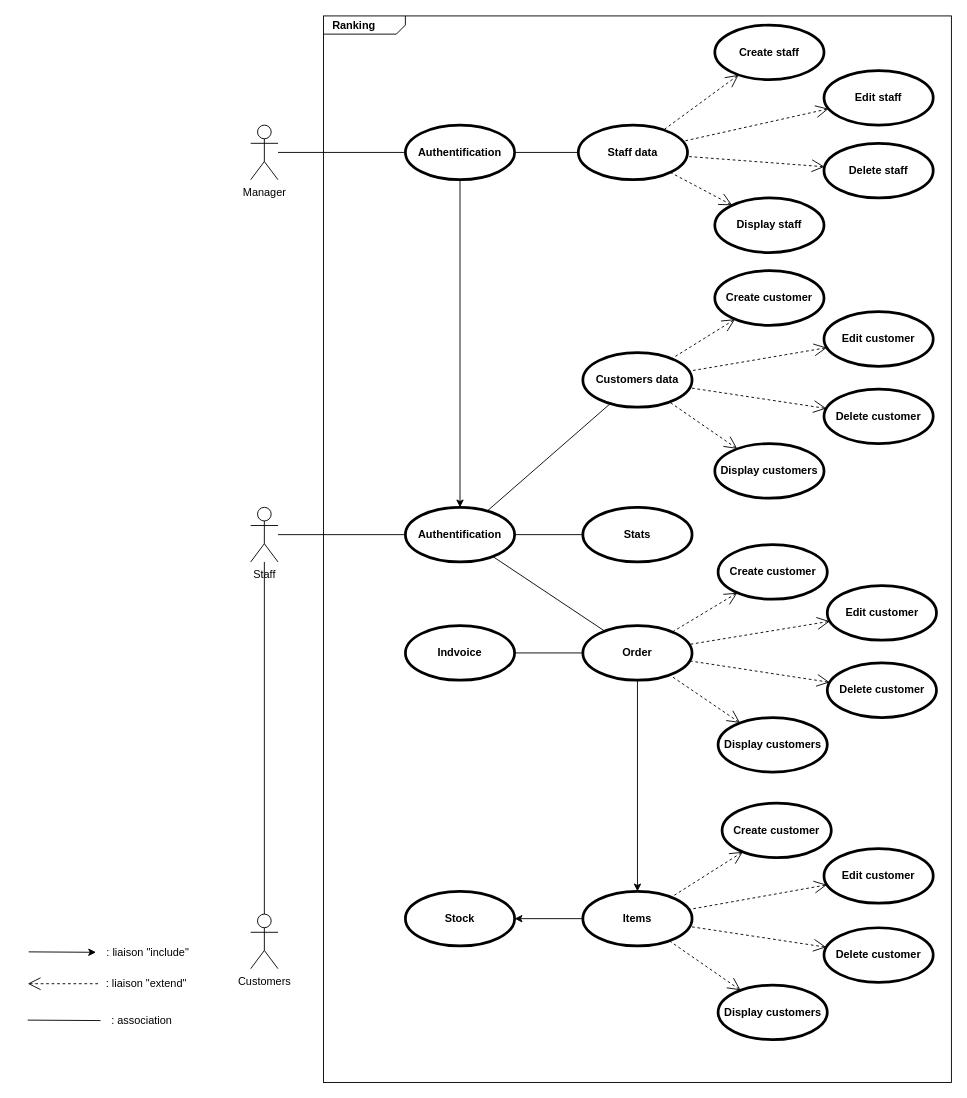
Before: page "Diag use case" (1 of 5) of Diagrammes/diagrammes.drawio in pierre1316/Projet-POO-CPP-CLI, a draw.io diagram. Source tidied: cells renumbered, new cells numbered last; positions are measured from the earlier drawing's top-left corner, leaving out a move shared by most shapes. Both pictures are drawn from the tidied source at 91%, with x=0, y=0 at pixel (27, 15).
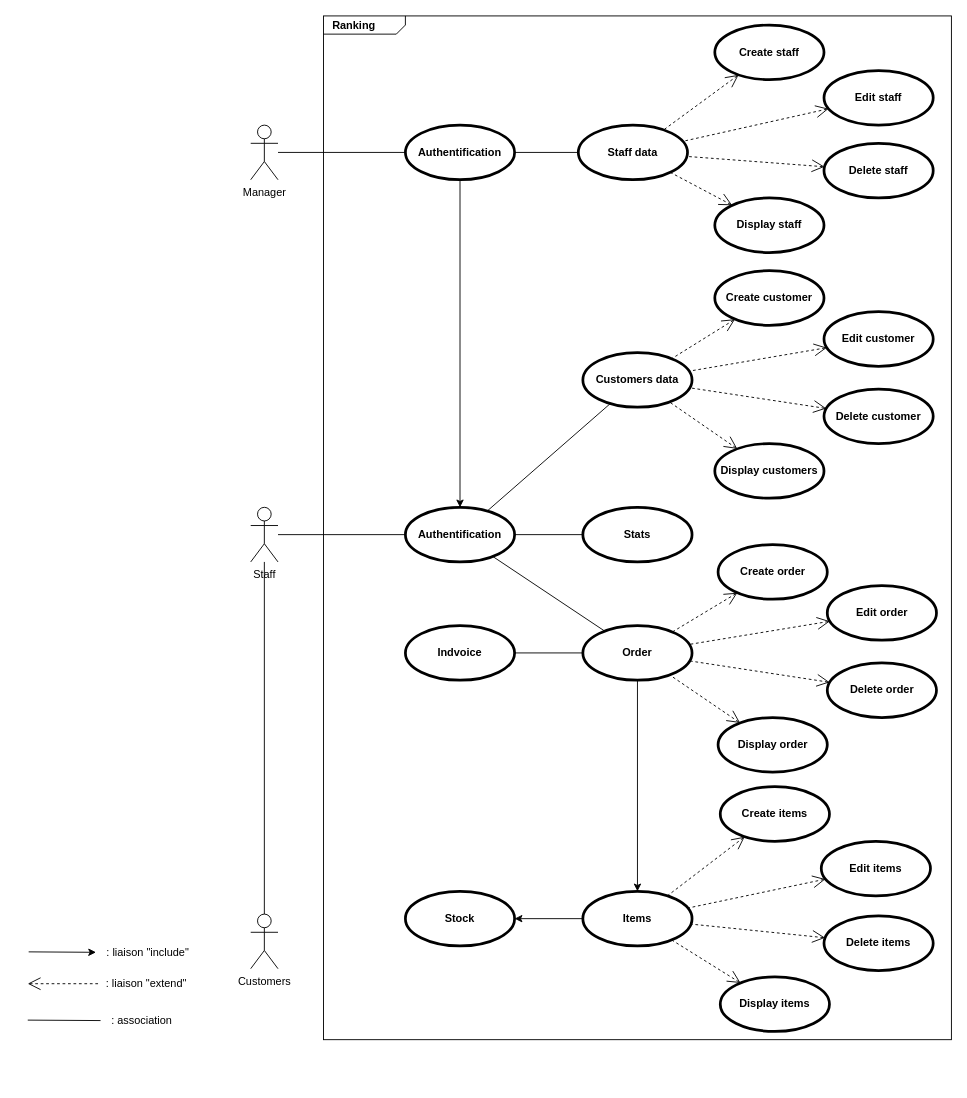
The same page after the edit.

Change to the diagram source:
```diff
@@
     <mxCell id="2" value="&lt;p style=&quot;margin:0px;margin-top:4px;margin-left:10px;text-align:left;&quot;&gt;&lt;b&gt;Ranking&lt;/b&gt;&lt;/p&gt;" style="html=1;shape=mxgraph.sysml.package;html=1;overflow=fill;whiteSpace=wrap;fillColor=none;" parent="1" vertex="1">
-      <mxGeometry x="325" width="690" height="1172" as="geometry" />
+      <mxGeometry x="325" width="690" height="1125" as="geometry" />
     </mxCell>
@@
-    <mxCell id="48" value="Edit customer" style="shape=ellipse;html=1;strokeWidth=3;fontStyle=1;whiteSpace=wrap;align=center;perimeter=ellipsePerimeter;fillColor=none;" parent="1" vertex="1">
+    <mxCell id="48" value="Edit order" style="shape=ellipse;html=1;strokeWidth=3;fontStyle=1;whiteSpace=wrap;align=center;perimeter=ellipsePerimeter;fillColor=none;" parent="1" vertex="1">
       <mxGeometry x="878.6" y="626" width="120" height="60" as="geometry" />
     </mxCell>
-    <mxCell id="49" value="Delete customer" style="shape=ellipse;html=1;strokeWidth=3;fontStyle=1;whiteSpace=wrap;align=center;perimeter=ellipsePerimeter;fillColor=none;" parent="1" vertex="1">
+    <mxCell id="49" value="Delete order" style="shape=ellipse;html=1;strokeWidth=3;fontStyle=1;whiteSpace=wrap;align=center;perimeter=ellipsePerimeter;fillColor=none;" parent="1" vertex="1">
       <mxGeometry x="878.6" y="711" width="120" height="60" as="geometry" />
     </mxCell>
-    <mxCell id="50" value="Display customers" style="shape=ellipse;html=1;strokeWidth=3;fontStyle=1;whiteSpace=wrap;align=center;perimeter=ellipsePerimeter;fillColor=none;" parent="1" vertex="1">
+    <mxCell id="50" value="Display order" style="shape=ellipse;html=1;strokeWidth=3;fontStyle=1;whiteSpace=wrap;align=center;perimeter=ellipsePerimeter;fillColor=none;" parent="1" vertex="1">
       <mxGeometry x="758.6" y="771" width="120" height="60" as="geometry" />
     </mxCell>
-    <mxCell id="51" value="Create customer" style="shape=ellipse;html=1;strokeWidth=3;fontStyle=1;whiteSpace=wrap;align=center;perimeter=ellipsePerimeter;fillColor=none;" parent="1" vertex="1">
+    <mxCell id="51" value="Create order" style="shape=ellipse;html=1;strokeWidth=3;fontStyle=1;whiteSpace=wrap;align=center;perimeter=ellipsePerimeter;fillColor=none;" parent="1" vertex="1">
       <mxGeometry x="758.6" y="581" width="120" height="60" as="geometry" />
     </mxCell>
@@
-    <mxCell id="56" value="Edit customer" style="shape=ellipse;html=1;strokeWidth=3;fontStyle=1;whiteSpace=wrap;align=center;perimeter=ellipsePerimeter;fillColor=none;" parent="1" vertex="1">
-      <mxGeometry x="875" y="915" width="120" height="60" as="geometry" />
+    <mxCell id="56" value="Edit items" style="shape=ellipse;html=1;strokeWidth=3;fontStyle=1;whiteSpace=wrap;align=center;perimeter=ellipsePerimeter;fillColor=none;" parent="1" vertex="1">
+      <mxGeometry x="872" y="907" width="120" height="60" as="geometry" />
     </mxCell>
-    <mxCell id="57" value="Delete customer" style="shape=ellipse;html=1;strokeWidth=3;fontStyle=1;whiteSpace=wrap;align=center;perimeter=ellipsePerimeter;fillColor=none;" parent="1" vertex="1">
-      <mxGeometry x="875" y="1002" width="120" height="60" as="geometry" />
+    <mxCell id="57" value="Delete items" style="shape=ellipse;html=1;strokeWidth=3;fontStyle=1;whiteSpace=wrap;align=center;perimeter=ellipsePerimeter;fillColor=none;" parent="1" vertex="1">
+      <mxGeometry x="875" y="989" width="120" height="60" as="geometry" />
     </mxCell>
-    <mxCell id="58" value="Display customers" style="shape=ellipse;html=1;strokeWidth=3;fontStyle=1;whiteSpace=wrap;align=center;perimeter=ellipsePerimeter;fillColor=none;" parent="1" vertex="1">
-      <mxGeometry x="758.6" y="1065" width="120" height="60" as="geometry" />
+    <mxCell id="58" value="Display items" style="shape=ellipse;html=1;strokeWidth=3;fontStyle=1;whiteSpace=wrap;align=center;perimeter=ellipsePerimeter;fillColor=none;" parent="1" vertex="1">
+      <mxGeometry x="761" y="1056" width="120" height="60" as="geometry" />
     </mxCell>
-    <mxCell id="59" value="Create customer" style="shape=ellipse;html=1;strokeWidth=3;fontStyle=1;whiteSpace=wrap;align=center;perimeter=ellipsePerimeter;fillColor=none;" parent="1" vertex="1">
-      <mxGeometry x="763" y="865" width="120" height="60" as="geometry" />
+    <mxCell id="59" value="Create items" style="shape=ellipse;html=1;strokeWidth=3;fontStyle=1;whiteSpace=wrap;align=center;perimeter=ellipsePerimeter;fillColor=none;" parent="1" vertex="1">
+      <mxGeometry x="761" y="847" width="120" height="60" as="geometry" />
     </mxCell>
```
